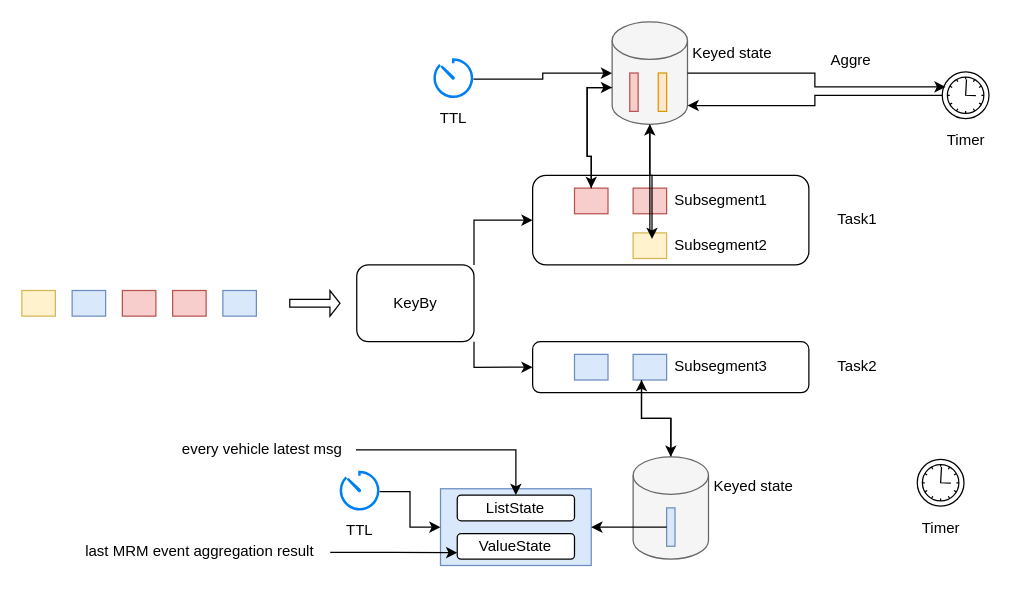
The draw.io diagram Untitled Diagram.drawio in ponyFan/Basenote, before the edit. Source tidied: cells renumbered, new cells numbered last; positions are measured from the earlier drawing's top-left corner, leaving out a move shared by most shapes. Both pictures are drawn from the tidied source at 125%, with x=0, y=0 at pixel (21, 21).
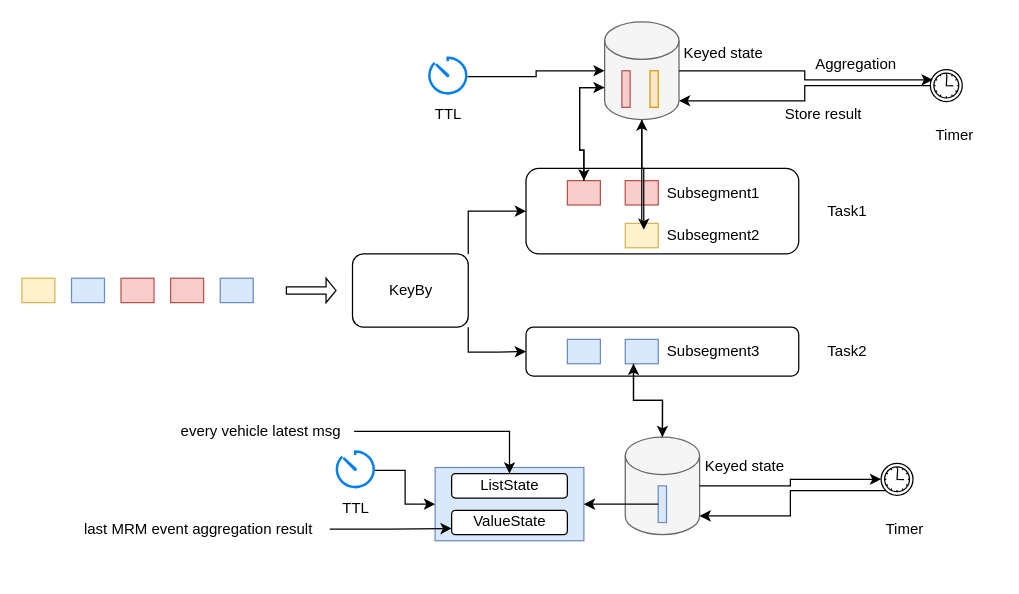
The same diagram, later.

Diff of the diagram source:
```diff
@@
+    <mxCell id="62" style="group;" parent="1" vertex="1">
+      <mxGeometry width="770" height="420" as="geometry" />
+    </mxCell>
-    <mxCell id="2" style="group;" parent="1" vertex="1">
-      <mxGeometry width="710" height="440" as="geometry" />
+    <mxCell id="2" style="group;" parent="62" vertex="1">
+      <mxGeometry width="703.9" height="420" as="geometry" />
     </mxCell>
     <mxCell id="3" style="rounded=0;whiteSpace=wrap;html=1;fillColor=#dae8fc;strokeColor=#6c8ebf;" parent="2" vertex="1">
-      <mxGeometry x="160.8" y="214.9" width="26.8" height="20.5" as="geometry" />
+      <mxGeometry x="158.7" y="205.1" width="26.4" height="19.5" as="geometry" />
     </mxCell>
     <mxCell id="4" style="rounded=0;whiteSpace=wrap;html=1;fillColor=#f8cecc;strokeColor=#b85450;" parent="2" vertex="1">
-      <mxGeometry x="120.6" y="214.9" width="26.8" height="20.5" as="geometry" />
+      <mxGeometry x="119" y="205.1" width="26.4" height="19.5" as="geometry" />
     </mxCell>
     <mxCell id="5" style="rounded=0;whiteSpace=wrap;html=1;fillColor=#f8cecc;strokeColor=#b85450;" parent="2" vertex="1">
-      <mxGeometry x="80.4" y="214.9" width="26.8" height="20.5" as="geometry" />
+      <mxGeometry x="79.3" y="205.1" width="26.4" height="19.5" as="geometry" />
     </mxCell>
     <mxCell id="6" style="rounded=0;whiteSpace=wrap;html=1;fillColor=#dae8fc;strokeColor=#6c8ebf;" parent="2" vertex="1">
-      <mxGeometry x="40.2" y="214.9" width="26.8" height="20.5" as="geometry" />
+      <mxGeometry x="39.7" y="205.1" width="26.4" height="19.5" as="geometry" />
     </mxCell>
     <mxCell id="7" style="rounded=0;whiteSpace=wrap;html=1;fillColor=#fff2cc;strokeColor=#d6b656;" parent="2" vertex="1">
-      <mxGeometry y="214.9" width="26.8" height="20.5" as="geometry" />
+      <mxGeometry y="205.1" width="26.4" height="19.5" as="geometry" />
     </mxCell>
     <mxCell id="8" value="KeyBy" style="rounded=1;whiteSpace=wrap;html=1;" parent="2" vertex="1">
-      <mxGeometry x="267.9" y="194.4" width="93.8" height="61.4" as="geometry" />
+      <mxGeometry x="264.5" y="185.6" width="92.6" height="58.6" as="geometry" />
     </mxCell>
     <mxCell id="9" style="shape=singleArrow;whiteSpace=wrap;html=1;" parent="2" vertex="1">
-      <mxGeometry x="214.3" y="214.9" width="40.2" height="20.5" as="geometry" />
+      <mxGeometry x="211.6" y="205.1" width="39.7" height="19.5" as="geometry" />
     </mxCell>
     <mxCell id="10" style="rounded=1;whiteSpace=wrap;html=1;" parent="2" vertex="1">
-      <mxGeometry x="408.6" y="122.8" width="221" height="71.6" as="geometry" />
+      <mxGeometry x="403.3" y="117.2" width="218.2" height="68.4" as="geometry" />
     </mxCell>
@@
     <mxCell id="12" style="rounded=1;whiteSpace=wrap;html=1;" parent="2" vertex="1">
-      <mxGeometry x="408.6" y="255.8" width="221" height="40.9" as="geometry" />
+      <mxGeometry x="403.3" y="244.2" width="218.2" height="39.1" as="geometry" />
     </mxCell>
@@
     <mxCell id="14" style="rounded=0;whiteSpace=wrap;html=1;fillColor=#f8cecc;strokeColor=#b85450;" parent="2" vertex="1">
-      <mxGeometry x="442.1" y="133" width="26.8" height="20.5" as="geometry" />
+      <mxGeometry x="436.4" y="127" width="26.4" height="19.5" as="geometry" />
     </mxCell>
     <mxCell id="15" style="rounded=0;whiteSpace=wrap;html=1;fillColor=#f8cecc;strokeColor=#b85450;" parent="2" vertex="1">
-      <mxGeometry x="489" y="133" width="26.8" height="20.5" as="geometry" />
+      <mxGeometry x="482.7" y="127" width="26.4" height="19.5" as="geometry" />
     </mxCell>
     <mxCell id="16" style="rounded=0;whiteSpace=wrap;html=1;fillColor=#fff2cc;strokeColor=#d6b656;" parent="2" vertex="1">
-      <mxGeometry x="489" y="168.8" width="26.8" height="20.5" as="geometry" />
+      <mxGeometry x="482.7" y="161.2" width="26.4" height="19.5" as="geometry" />
     </mxCell>
     <mxCell id="17" style="rounded=0;whiteSpace=wrap;html=1;fillColor=#dae8fc;strokeColor=#6c8ebf;" parent="2" vertex="1">
-      <mxGeometry x="442.1" y="266" width="26.8" height="20.5" as="geometry" />
+      <mxGeometry x="436.4" y="254" width="26.4" height="19.5" as="geometry" />
     </mxCell>
     <mxCell id="18" style="rounded=0;whiteSpace=wrap;html=1;fillColor=#dae8fc;strokeColor=#6c8ebf;" parent="2" vertex="1">
-      <mxGeometry x="489" y="266" width="26.8" height="20.5" as="geometry" />
+      <mxGeometry x="482.7" y="254" width="26.4" height="19.5" as="geometry" />
     </mxCell>
     <mxCell id="19" value="Task1" style="text;html=1;align=center;verticalAlign=middle;strokeColor=none;fillColor=none;" parent="2" vertex="1">
-      <mxGeometry x="643" y="143.3" width="50" height="30" as="geometry" />
+      <mxGeometry x="634.8" y="136.7" width="50" height="30" as="geometry" />
     </mxCell>
     <mxCell id="20" value="Task2" style="text;html=1;align=center;verticalAlign=middle;strokeColor=none;fillColor=none;" parent="2" vertex="1">
-      <mxGeometry x="643" y="260.9" width="50" height="30" as="geometry" />
+      <mxGeometry x="634.8" y="249.1" width="50" height="30" as="geometry" />
     </mxCell>
     <mxCell id="21" value="Subsegment1" style="text;html=1;align=center;verticalAlign=middle;strokeColor=none;fillColor=none;" parent="2" vertex="1">
-      <mxGeometry x="509.1" y="127.9" width="100" height="30" as="geometry" />
+      <mxGeometry x="502.5" y="122.1" width="100" height="30" as="geometry" />
     </mxCell>
     <mxCell id="22" value="Subsegment2" style="text;html=1;align=center;verticalAlign=middle;points=[];strokeColor=none;fillColor=none;" parent="2" vertex="1">
-      <mxGeometry x="509.1" y="163.7" width="100" height="30" as="geometry" />
+      <mxGeometry x="502.5" y="156.3" width="100" height="30" as="geometry" />
     </mxCell>
     <mxCell id="23" value="Subsegment3" style="text;html=1;align=center;verticalAlign=middle;strokeColor=none;fillColor=none;" parent="2" vertex="1">
-      <mxGeometry x="509.1" y="260.9" width="100" height="30" as="geometry" />
+      <mxGeometry x="502.5" y="249.1" width="100" height="30" as="geometry" />
     </mxCell>
@@
     <mxCell id="25" style="shape=cylinder3;whiteSpace=wrap;html=1;boundedLbl=1;backgroundOutline=1;size=15;fillColor=#f5f5f5;strokeColor=#666666;fontColor=#333333;" parent="2" vertex="1">
-      <mxGeometry x="489" y="347.9" width="60.3" height="81.9" as="geometry" />
+      <mxGeometry x="482.7" y="332.1" width="59.5" height="78.1" as="geometry" />
     </mxCell>
@@
     <mxCell id="27" style="rounded=0;whiteSpace=wrap;html=1;fillColor=#dae8fc;strokeColor=#6c8ebf;" parent="2" vertex="1">
-      <mxGeometry x="515.8" y="388.8" width="6.7" height="30.7" as="geometry" />
+      <mxGeometry x="509.1" y="371.2" width="6.6" height="29.3" as="geometry" />
     </mxCell>
@@
     <mxCell id="30" style="shape=cylinder3;whiteSpace=wrap;html=1;boundedLbl=1;backgroundOutline=1;size=15;fillColor=#f5f5f5;strokeColor=#666666;fontColor=#333333;" parent="2" vertex="1">
-      <mxGeometry x="472.2" width="60.3" height="81.9" as="geometry" />
+      <mxGeometry x="466.2" width="59.5" height="78.1" as="geometry" />
     </mxCell>
@@
     <mxCell id="33" style="rounded=0;whiteSpace=wrap;html=1;fillColor=#f8cecc;strokeColor=#b85450;" parent="2" vertex="1">
-      <mxGeometry x="486.3" y="40.9" width="6.7" height="30.7" as="geometry" />
+      <mxGeometry x="480" y="39.1" width="6.6" height="29.3" as="geometry" />
     </mxCell>
     <mxCell id="34" style="rounded=0;whiteSpace=wrap;html=1;fillColor=#ffe6cc;strokeColor=#d79b00;" parent="2" vertex="1">
-      <mxGeometry x="509.1" y="40.9" width="6.7" height="30.7" as="geometry" />
+      <mxGeometry x="502.5" y="39.1" width="6.6" height="29.3" as="geometry" />
     </mxCell>
     <mxCell id="35" value="Keyed state" style="text;html=1;align=center;verticalAlign=middle;strokeColor=none;fillColor=none;" parent="2" vertex="1">
-      <mxGeometry x="522.5" y="10" width="90" height="30" as="geometry" />
+      <mxGeometry x="515.8" y="9.5" width="90" height="30" as="geometry" />
     </mxCell>
     <mxCell id="36" value="Keyed state" style="text;html=1;align=center;verticalAlign=middle;strokeColor=none;fillColor=none;" parent="2" vertex="1">
-      <mxGeometry x="539.6" y="357.4" width="90" height="30" as="geometry" />
+      <mxGeometry x="532.7" y="341.2" width="90" height="30" as="geometry" />
     </mxCell>
     <mxCell id="37" style="whiteSpace=wrap;html=1;fillColor=#dae8fc;strokeColor=#6c8ebf;rounded=0;" parent="2" vertex="1">
-      <mxGeometry x="334.9" y="373.5" width="120.6" height="61.4" as="geometry" />
+      <mxGeometry x="330.6" y="356.5" width="119" height="58.6" as="geometry" />
     </mxCell>
@@
     <mxCell id="39" value="ListState" style="rounded=1;whiteSpace=wrap;html=1;" parent="2" vertex="1">
-      <mxGeometry x="348.3" y="378.6" width="93.8" height="20.5" as="geometry" />
+      <mxGeometry x="343.8" y="361.4" width="92.6" height="19.5" as="geometry" />
     </mxCell>
     <mxCell id="40" value="ValueState" style="rounded=1;whiteSpace=wrap;html=1;" parent="2" vertex="1">
-      <mxGeometry x="348.3" y="409.3" width="93.8" height="20.5" as="geometry" />
+      <mxGeometry x="343.8" y="390.7" width="92.6" height="19.5" as="geometry" />
     </mxCell>
@@
     <mxCell id="42" value="every vehicle latest msg" style="text;html=1;align=center;verticalAlign=middle;points=[];strokeColor=none;fillColor=none;" parent="2" vertex="1">
-      <mxGeometry x="117.3" y="327.4" width="150" height="30" as="geometry" />
+      <mxGeometry x="115.8" y="312.6" width="150" height="30" as="geometry" />
     </mxCell>
@@
     <mxCell id="44" value="last MRM event aggregation result" style="text;html=1;align=center;verticalAlign=middle;points=[];strokeColor=none;fillColor=none;" parent="2" vertex="1">
-      <mxGeometry x="36.7" y="409.3" width="210" height="30" as="geometry" />
+      <mxGeometry x="36.3" y="390.7" width="210" height="30" as="geometry" />
     </mxCell>
     <mxCell id="45" style="group;" parent="2" vertex="1">
-      <mxGeometry x="325" y="30" width="40" height="61.5" as="geometry" />
+      <mxGeometry x="320.8" y="28.6" width="39.5" height="58.7" as="geometry" />
     </mxCell>
     <mxCell id="46" style="html=1;verticalLabelPosition=bottom;align=center;labelBackgroundColor=#ffffff;verticalAlign=top;strokeWidth=2;strokeColor=#0080F0;shadow=0;dashed=0;shape=mxgraph.ios7.icons.gauge;" parent="45" vertex="1">
-      <mxGeometry x="3.8" width="32.4" height="31.5" as="geometry" />
+      <mxGeometry x="3.8" width="32" height="30.1" as="geometry" />
     </mxCell>
     <mxCell id="47" value="TTL" style="text;html=1;align=center;verticalAlign=middle;strokeColor=none;fillColor=none;" parent="45" vertex="1">
-      <mxGeometry y="31.5" width="40" height="30" as="geometry" />
+      <mxGeometry y="30.1" width="40" height="30" as="geometry" />
     </mxCell>
     <mxCell id="48" style="group;" parent="2" vertex="1">
-      <mxGeometry x="250" y="360" width="40" height="61.5" as="geometry" />
+      <mxGeometry x="246.8" y="343.6" width="39.5" height="58.7" as="geometry" />
     </mxCell>
     <mxCell id="49" style="html=1;verticalLabelPosition=bottom;align=center;labelBackgroundColor=#ffffff;verticalAlign=top;strokeWidth=2;strokeColor=#0080F0;shadow=0;dashed=0;shape=mxgraph.ios7.icons.gauge;" parent="48" vertex="1">
-      <mxGeometry x="3.8" width="32.4" height="31.5" as="geometry" />
+      <mxGeometry x="3.8" width="32" height="30.1" as="geometry" />
     </mxCell>
     <mxCell id="50" value="TTL" style="text;html=1;align=center;verticalAlign=middle;strokeColor=none;fillColor=none;" parent="48" vertex="1">
-      <mxGeometry y="31.5" width="40" height="30" as="geometry" />
+      <mxGeometry y="30.1" width="40" height="30" as="geometry" />
     </mxCell>
@@
-    <mxCell id="53" value="Aggre" style="text;html=1;align=center;verticalAlign=middle;strokeColor=none;fillColor=none;" parent="2" vertex="1">
-      <mxGeometry x="633" y="15.9" width="60" height="30" as="geometry" />
+    <mxCell id="53" value="Aggregation" style="text;html=1;align=center;verticalAlign=middle;strokeColor=none;fillColor=none;" parent="2" vertex="1">
+      <mxGeometry x="621.5" y="19.1" width="90" height="30" as="geometry" />
     </mxCell>
+    <mxCell id="63" value="Store result" style="text;html=1;align=center;verticalAlign=middle;strokeColor=none;fillColor=none;" parent="2" vertex="1">
+      <mxGeometry x="601.3" y="58.7" width="80" height="30" as="geometry" />
+    </mxCell>
-    <mxCell id="54" style="group;" parent="1" vertex="1">
-      <mxGeometry x="730" y="40" width="50" height="70" as="geometry" />
+    <mxCell id="54" style="group;" parent="62" vertex="1">
+      <mxGeometry x="720.6" y="38.2" width="49.4" height="66.8" as="geometry" />
     </mxCell>
     <mxCell id="55" value="Timer" style="text;html=1;align=center;verticalAlign=middle;strokeColor=none;fillColor=none;" parent="54" vertex="1">
-      <mxGeometry y="40" width="50" height="30" as="geometry" />
+      <mxGeometry y="38.2" width="50" height="30" as="geometry" />
     </mxCell>
     <mxCell id="56" style="points=[[0.145,0.145,0],[0.5,0,0],[0.855,0.145,0],[1,0.5,0],[0.855,0.855,0],[0.5,1,0],[0.145,0.855,0],[0,0.5,0]];shape=mxgraph.bpmn.event;html=1;verticalLabelPosition=bottom;labelBackgroundColor=#ffffff;verticalAlign=top;align=center;perimeter=ellipsePerimeter;outlineConnect=0;outline=standard;symbol=timer;" parent="54" vertex="1">
-      <mxGeometry x="6.3" width="37.4" height="37.4" as="geometry" />
+      <mxGeometry x="6.2" width="25.5" height="25.5" as="geometry" />
     </mxCell>
-    <mxCell id="57" style="group;" parent="1" vertex="1">
-      <mxGeometry x="710" y="350" width="50" height="70" as="geometry" />
+    <mxCell id="57" style="group;" parent="62" vertex="1">
+      <mxGeometry x="681.2" y="353.2" width="49.4" height="66.8" as="geometry" />
     </mxCell>
     <mxCell id="58" value="Timer" style="text;html=1;align=center;verticalAlign=middle;strokeColor=none;fillColor=none;" parent="57" vertex="1">
-      <mxGeometry y="40" width="50" height="30" as="geometry" />
+      <mxGeometry y="38.2" width="50" height="30" as="geometry" />
     </mxCell>
     <mxCell id="59" style="points=[[0.145,0.145,0],[0.5,0,0],[0.855,0.145,0],[1,0.5,0],[0.855,0.855,0],[0.5,1,0],[0.145,0.855,0],[0,0.5,0]];shape=mxgraph.bpmn.event;html=1;verticalLabelPosition=bottom;labelBackgroundColor=#ffffff;verticalAlign=top;align=center;perimeter=ellipsePerimeter;outlineConnect=0;outline=standard;symbol=timer;" parent="57" vertex="1">
-      <mxGeometry x="6.3" width="37.4" height="37.4" as="geometry" />
+      <mxGeometry x="6.2" width="25.5" height="25.5" as="geometry" />
     </mxCell>
-    <mxCell id="60" style="edgeStyle=orthogonalEdgeStyle;rounded=0;jettySize=auto;html=1;entryX=1;entryY=1;entryDx=0;entryDy=-15;entryPerimeter=0;" parent="1" edge="1" source="56" target="30">
+    <mxCell id="60" style="edgeStyle=orthogonalEdgeStyle;rounded=0;jettySize=auto;html=1;entryX=1;entryY=1;entryDx=0;entryDy=-15;entryPerimeter=0;" parent="62" edge="1" source="56" target="30">
       <mxGeometry relative="1" as="geometry" />
     </mxCell>
-    <mxCell id="61" style="edgeStyle=orthogonalEdgeStyle;rounded=0;jettySize=auto;html=1;entryX=0.072;entryY=0.321;entryDx=0;entryDy=0;entryPerimeter=0;" parent="1" edge="1" source="30" target="56">
+    <mxCell id="61" style="edgeStyle=orthogonalEdgeStyle;rounded=0;jettySize=auto;html=1;entryX=0.072;entryY=0.321;entryDx=0;entryDy=0;entryPerimeter=0;" parent="62" edge="1" source="30" target="56">
       <mxGeometry relative="1" as="geometry" />
     </mxCell>
+    <mxCell id="64" style="edgeStyle=orthogonalEdgeStyle;rounded=0;jettySize=auto;html=1;entryX=0;entryY=0.5;entryDx=0;entryDy=0;entryPerimeter=0;" parent="62" edge="1" source="25" target="59">
+      <mxGeometry relative="1" as="geometry" />
+    </mxCell>
+    <mxCell id="65" style="edgeStyle=orthogonalEdgeStyle;rounded=0;jettySize=auto;html=1;entryX=1;entryY=1;entryDx=0;entryDy=-15;entryPerimeter=0;exitX=0.145;exitY=0.855;exitDx=0;exitDy=0;exitPerimeter=0;" parent="62" edge="1" source="59" target="25">
+      <mxGeometry relative="1" as="geometry" />
+    </mxCell>
```
